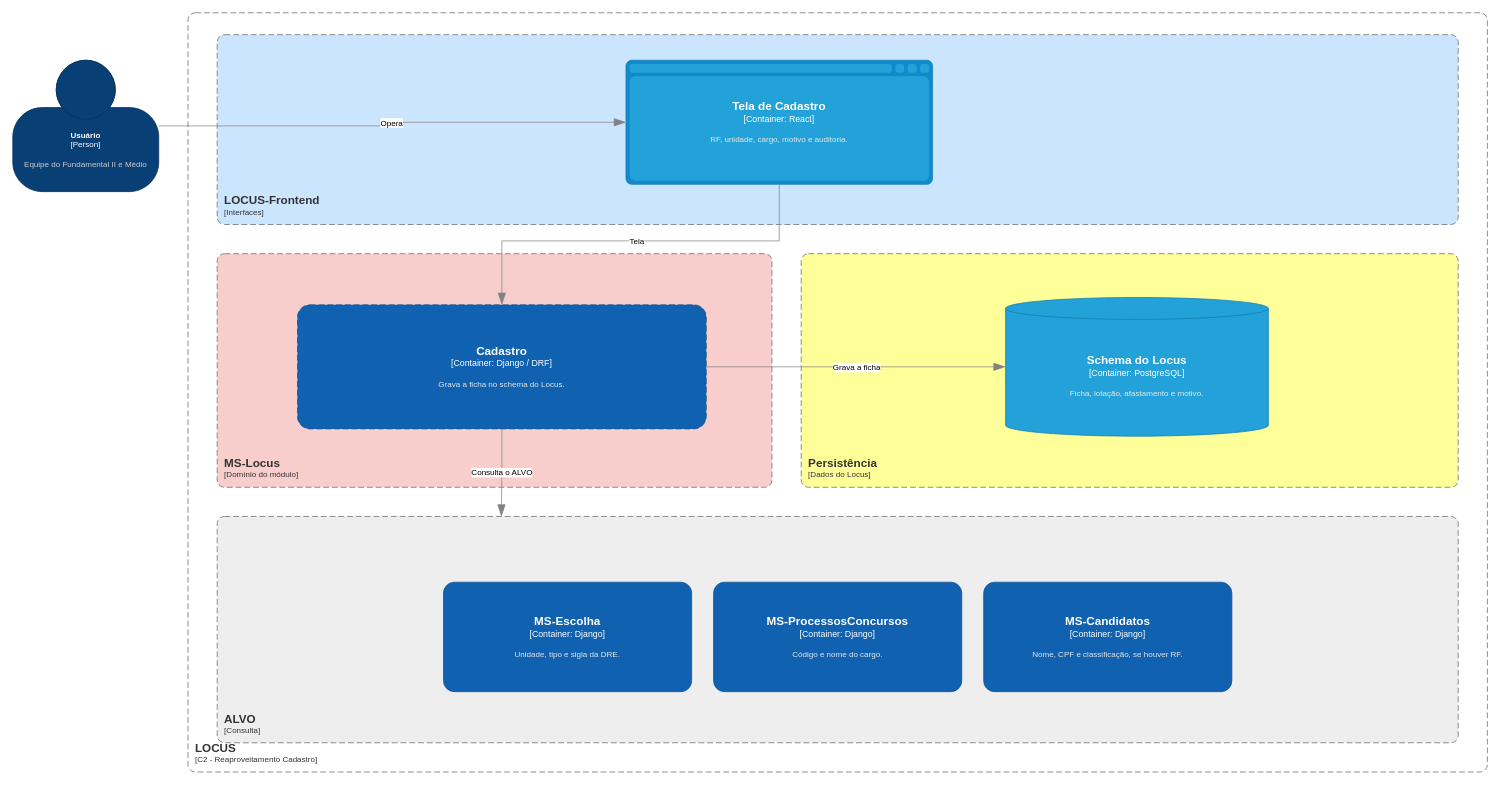
The draw.io diagram page "C2 - Reaproveitamento Cadastro" (10 of 15) of Locus/diagramas/assets/ARQUITETURA - LOCUS - C4.drawio in ronaldorobledo1902/SIGLA, before the edit. Source tidied: cells renumbered, new cells numbered last; positions are measured from the earlier drawing's top-left corner, leaving out a move shared by most shapes. Both pictures are drawn from the tidied source at 73%, with x=0, y=0 at pixel (12, 12).
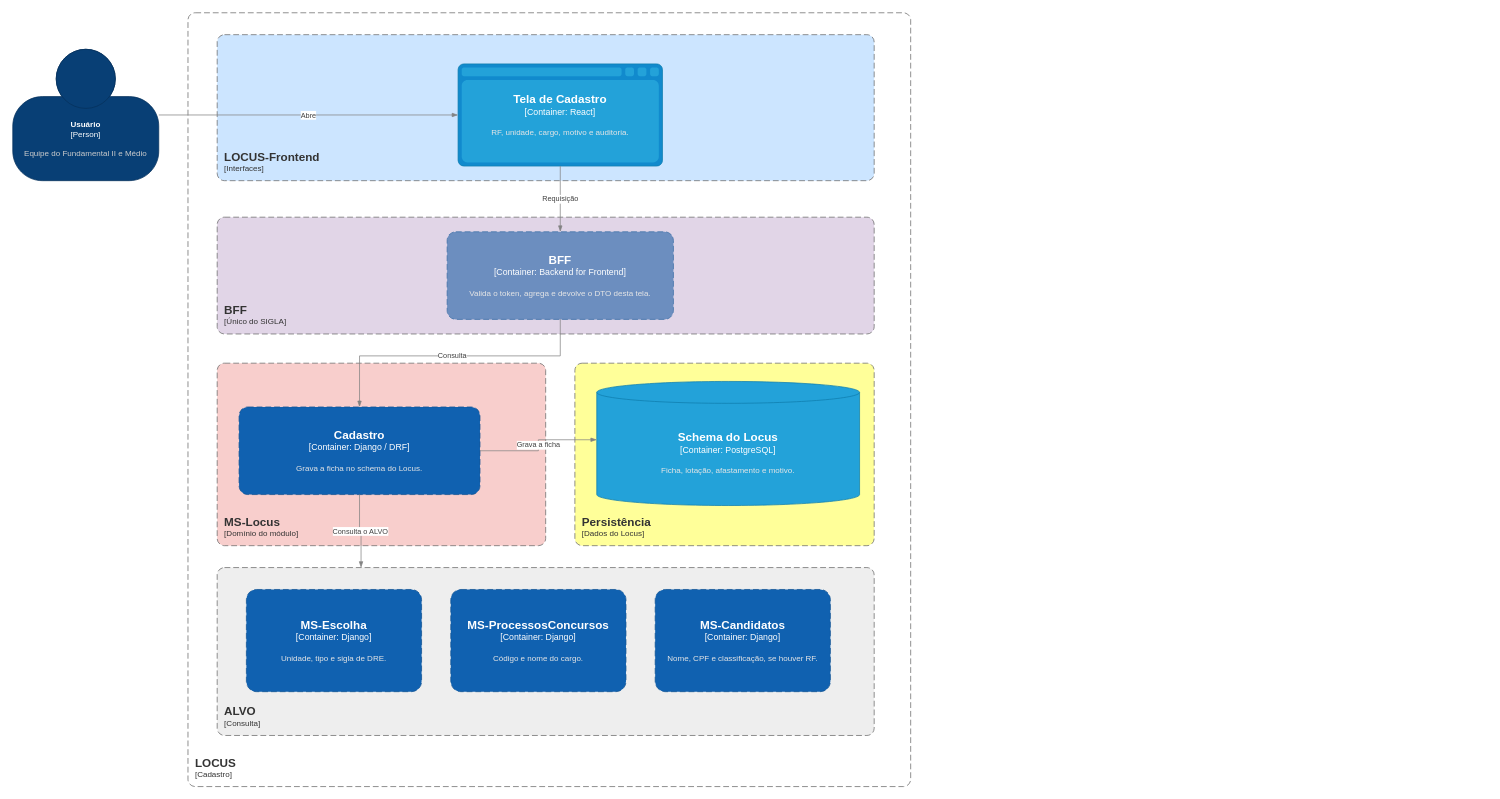
The same diagram, later.

Diff of the diagram source:
```diff
@@
     <mxCell id="2" value="&lt;b&gt;Usuário&lt;/b&gt;&lt;div&gt;[Person]&lt;/div&gt;&lt;br&gt;&lt;font color=&quot;#cccccc&quot;&gt;Equipe do Fundamental II e Médio&lt;/font&gt;" style="html=1;fontSize=11;dashed=0;whiteSpace=wrap;fillColor=#083F75;strokeColor=#06315C;fontColor=#ffffff;shape=mxgraph.c4.person2;align=center;" parent="1" vertex="1">
-      <mxGeometry y="65" width="200" height="180" as="geometry" />
+      <mxGeometry y="50" width="200" height="180" as="geometry" />
     </mxCell>
-    <object id="3" label="&lt;font style=&quot;font-size: 16px&quot;&gt;&lt;b&gt;&lt;div style=&quot;text-align: left&quot;&gt;%c4Name%&lt;/div&gt;&lt;/b&gt;&lt;/font&gt;&lt;div style=&quot;text-align: left&quot;&gt;[%c4Application%]&lt;/div&gt;" c4Application="C2 - Reaproveitamento Cadastro" c4Name="LOCUS" placeholders="1">
+    <object id="3" label="&lt;font style=&quot;font-size: 16px&quot;&gt;&lt;b&gt;&lt;div style=&quot;text-align: left&quot;&gt;%c4Name%&lt;/div&gt;&lt;/b&gt;&lt;/font&gt;&lt;div style=&quot;text-align: left&quot;&gt;[%c4Application%]&lt;/div&gt;" c4Application="Cadastro" c4Name="LOCUS" placeholders="1">
       <mxCell style="rounded=1;fontSize=11;whiteSpace=wrap;html=1;dashed=1;arcSize=20;strokeColor=#666666;fontColor=#333333;labelBackgroundColor=none;align=left;verticalAlign=bottom;labelBorderColor=none;spacingTop=0;spacing=10;dashPattern=8 4;perimeter=rectanglePerimeter;noLabel=0;labelPadding=0;absoluteArcSize=1;fillColor=none;" parent="1" vertex="1">
-        <mxGeometry x="240" width="1780" height="1040" as="geometry" />
+        <mxGeometry x="240" width="990" height="1060" as="geometry" />
       </mxCell>
     </object>
     <object id="4" label="&lt;font style=&quot;font-size: 16px&quot;&gt;&lt;b&gt;&lt;div style=&quot;text-align: left&quot;&gt;%c4Name%&lt;/div&gt;&lt;/b&gt;&lt;/font&gt;&lt;div style=&quot;text-align: left&quot;&gt;[%c4Application%]&lt;/div&gt;" c4Application="Interfaces" c4Name="LOCUS-Frontend" placeholders="1">
       <mxCell style="rounded=1;fontSize=11;whiteSpace=wrap;html=1;dashed=1;arcSize=20;strokeColor=#666666;fontColor=#333333;labelBackgroundColor=none;align=left;verticalAlign=bottom;labelBorderColor=none;spacingTop=0;spacing=10;dashPattern=8 4;perimeter=rectanglePerimeter;noLabel=0;labelPadding=0;absoluteArcSize=1;fillColor=#CCE5FF;" parent="1" vertex="1">
-        <mxGeometry x="280" y="30" width="1700" height="260" as="geometry" />
+        <mxGeometry x="280" y="30" width="900" height="200" as="geometry" />
       </mxCell>
     </object>
     <object id="5" label="&lt;font style=&quot;font-size: 16px&quot;&gt;&lt;b&gt;%c4Name%&lt;/b&gt;&lt;/font&gt;&lt;div&gt;[%c4Type%:&amp;nbsp;%c4Technology%]&lt;/div&gt;&lt;br&gt;&lt;div&gt;&lt;font style=&quot;font-size: 11px&quot;&gt;&lt;font color=&quot;#E6E6E6&quot;&gt;%c4Description%&lt;/font&gt;&lt;/div&gt;" c4Description="RF, unidade, cargo, motivo e auditoria." c4Name="Tela de Cadastro" c4Technology="React" c4Type="Container" placeholders="1">
       <mxCell style="shape=mxgraph.c4.webBrowserContainer2;whiteSpace=wrap;html=1;boundedLbl=1;rounded=0;labelBackgroundColor=none;fillColor=#23A2D9;strokeColor=#118ACD;strokeColor2=#0E7DAD;fontSize=12;fontColor=#ffffff;align=center;points=[[0.5,0,0],[1,0.25,0],[1,0.5,0],[1,0.75,0],[0.5,1,0],[0,0.75,0],[0,0.5,0],[0,0.25,0]];" parent="1" vertex="1">
-        <mxGeometry x="840" y="65" width="420" height="170" as="geometry" />
+        <mxGeometry x="610" y="70" width="280" height="140" as="geometry" />
       </mxCell>
     </object>
+    <object id="22" label="&lt;font style=&quot;font-size: 16px&quot;&gt;&lt;b&gt;&lt;div style=&quot;text-align: left&quot;&gt;%c4Name%&lt;/div&gt;&lt;/b&gt;&lt;/font&gt;&lt;div style=&quot;text-align: left&quot;&gt;[%c4Application%]&lt;/div&gt;" c4Application="Único do SIGLA" c4Name="BFF" placeholders="1">
+      <mxCell style="rounded=1;fontSize=11;whiteSpace=wrap;html=1;dashed=1;arcSize=20;strokeColor=#666666;fontColor=#333333;labelBackgroundColor=none;align=left;verticalAlign=bottom;labelBorderColor=none;spacingTop=0;spacing=10;dashPattern=8 4;perimeter=rectanglePerimeter;noLabel=0;labelPadding=0;absoluteArcSize=1;fillColor=#E1D5E7;" parent="1" vertex="1">
+        <mxGeometry x="280" y="280" width="900" height="160" as="geometry" />
+      </mxCell>
+    </object>
+    <object id="23" label="&lt;font style=&quot;font-size: 16px&quot;&gt;&lt;b&gt;%c4Name%&lt;/b&gt;&lt;/font&gt;&lt;div&gt;[%c4Type%:&amp;nbsp;%c4Technology%]&lt;/div&gt;&lt;br&gt;&lt;div&gt;&lt;font style=&quot;font-size: 11px&quot;&gt;&lt;font color=&quot;#E6E6E6&quot;&gt;%c4Description%&lt;/font&gt;&lt;/div&gt;" c4Description="Valida o token, agrega e devolve o DTO desta tela." c4Name="BFF" c4Technology="Backend for Frontend" c4Type="Container" placeholders="1">
+      <mxCell style="rounded=1;whiteSpace=wrap;html=1;fontSize=12;labelBackgroundColor=none;fillColor=#6C8EBF;fontColor=#ffffff;align=center;arcSize=10;strokeColor=#3A6EA5;points=[[0.25,0,0],[0.5,0,0],[0.75,0,0],[1,0.25,0],[1,0.5,0],[1,0.75,0],[0.75,1,0],[0.5,1,0],[0.25,1,0],[0,0.75,0],[0,0.5,0],[0,0.25,0]];dashed=1;dashPattern=8 4;" parent="1" vertex="1">
+        <mxGeometry x="595" y="300" width="310" height="120" as="geometry" />
+      </mxCell>
+    </object>
     <object id="6" label="&lt;font style=&quot;font-size: 16px&quot;&gt;&lt;b&gt;&lt;div style=&quot;text-align: left&quot;&gt;%c4Name%&lt;/div&gt;&lt;/b&gt;&lt;/font&gt;&lt;div style=&quot;text-align: left&quot;&gt;[%c4Application%]&lt;/div&gt;" c4Application="Domínio do módulo" c4Name="MS-Locus" placeholders="1">
       <mxCell style="rounded=1;fontSize=11;whiteSpace=wrap;html=1;dashed=1;arcSize=20;strokeColor=#666666;fontColor=#333333;labelBackgroundColor=none;align=left;verticalAlign=bottom;labelBorderColor=none;spacingTop=0;spacing=10;dashPattern=8 4;perimeter=rectanglePerimeter;noLabel=0;labelPadding=0;absoluteArcSize=1;fillColor=#F8CECC;" parent="1" vertex="1">
-        <mxGeometry x="280" y="330" width="760" height="320" as="geometry" />
+        <mxGeometry x="280" y="480" width="450" height="250" as="geometry" />
       </mxCell>
     </object>
     <object id="7" label="&lt;font style=&quot;font-size: 16px&quot;&gt;&lt;b&gt;%c4Name%&lt;/b&gt;&lt;/font&gt;&lt;div&gt;[%c4Type%:&amp;nbsp;%c4Technology%]&lt;/div&gt;&lt;br&gt;&lt;div&gt;&lt;font style=&quot;font-size: 11px&quot;&gt;&lt;font color=&quot;#E6E6E6&quot;&gt;%c4Description%&lt;/font&gt;&lt;/div&gt;" c4Description="Grava a ficha no schema do Locus." c4Name="Cadastro" c4Technology="Django / DRF" c4Type="Container" placeholders="1">
       <mxCell style="rounded=1;whiteSpace=wrap;html=1;fontSize=12;labelBackgroundColor=none;fillColor=#1061B0;fontColor=#ffffff;align=center;arcSize=10;strokeColor=#0D5091;points=[[0.25,0,0],[0.5,0,0],[0.75,0,0],[1,0.25,0],[1,0.5,0],[1,0.75,0],[0.75,1,0],[0.5,1,0],[0.25,1,0],[0,0.75,0],[0,0.5,0],[0,0.25,0]];dashed=1;dashPattern=8 4;" parent="1" vertex="1">
-        <mxGeometry x="390" y="400" width="560" height="170" as="geometry" />
+        <mxGeometry x="310" y="540" width="330" height="120" as="geometry" />
       </mxCell>
     </object>
     <object id="8" label="&lt;font style=&quot;font-size: 16px&quot;&gt;&lt;b&gt;&lt;div style=&quot;text-align: left&quot;&gt;%c4Name%&lt;/div&gt;&lt;/b&gt;&lt;/font&gt;&lt;div style=&quot;text-align: left&quot;&gt;[%c4Application%]&lt;/div&gt;" c4Application="Dados do Locus" c4Name="Persistência" placeholders="1">
       <mxCell style="rounded=1;fontSize=11;whiteSpace=wrap;html=1;dashed=1;arcSize=20;strokeColor=#666666;fontColor=#333333;labelBackgroundColor=none;align=left;verticalAlign=bottom;labelBorderColor=none;spacingTop=0;spacing=10;dashPattern=8 4;perimeter=rectanglePerimeter;noLabel=0;labelPadding=0;absoluteArcSize=1;fillColor=#FFFF99;" parent="1" vertex="1">
-        <mxGeometry x="1080" y="330" width="900" height="320" as="geometry" />
+        <mxGeometry x="770" y="480" width="410" height="250" as="geometry" />
       </mxCell>
     </object>
     <object id="9" label="&lt;font style=&quot;font-size: 16px&quot;&gt;&lt;b&gt;%c4Name%&lt;/b&gt;&lt;/font&gt;&lt;div&gt;[%c4Type%:&amp;nbsp;%c4Technology%]&lt;/div&gt;&lt;br&gt;&lt;div&gt;&lt;font style=&quot;font-size: 11px&quot;&gt;&lt;font color=&quot;#E6E6E6&quot;&gt;%c4Description%&lt;/font&gt;&lt;/div&gt;" c4Description="Ficha, lotação, afastamento e motivo." c4Name="Schema do Locus" c4Technology="PostgreSQL" c4Type="Container" placeholders="1">
       <mxCell style="shape=cylinder3;size=15;whiteSpace=wrap;html=1;boundedLbl=1;rounded=0;labelBackgroundColor=none;fillColor=#23A2D9;fontSize=12;fontColor=#ffffff;align=center;strokeColor=#0E7DAD;points=[[0.5,0,0],[1,0.25,0],[1,0.5,0],[1,0.75,0],[0.5,1,0],[0,0.75,0],[0,0.5,0],[0,0.25,0]];" parent="1" vertex="1">
-        <mxGeometry x="1360" y="390" width="360" height="190" as="geometry" />
+        <mxGeometry x="800" y="505" width="360" height="170" as="geometry" />
       </mxCell>
     </object>
     <object id="10" label="&lt;font style=&quot;font-size: 16px&quot;&gt;&lt;b&gt;&lt;div style=&quot;text-align: left&quot;&gt;%c4Name%&lt;/div&gt;&lt;/b&gt;&lt;/font&gt;&lt;div style=&quot;text-align: left&quot;&gt;[%c4Application%]&lt;/div&gt;" c4Application="Consulta" c4Name="ALVO" placeholders="1">
       <mxCell style="rounded=1;fontSize=11;whiteSpace=wrap;html=1;dashed=1;arcSize=20;strokeColor=#666666;fontColor=#333333;labelBackgroundColor=none;align=left;verticalAlign=bottom;labelBorderColor=none;spacingTop=0;spacing=10;dashPattern=8 4;perimeter=rectanglePerimeter;noLabel=0;labelPadding=0;absoluteArcSize=1;points=[[0.25,0,0],[0.5,0,0],[0.75,0,0],[1,0.25,0],[1,0.5,0],[1,0.75,0],[0.75,1,0],[0.5,1,0],[0.25,1,0],[0,0.75,0],[0,0.5,0],[0,0.25,0]];fillColor=#EEEEEE;" parent="1" vertex="1">
-        <mxGeometry x="280" y="690" width="1700" height="310" as="geometry" />
+        <mxGeometry x="280" y="760" width="900" height="230" as="geometry" />
       </mxCell>
     </object>
-    <object id="11" label="&lt;font style=&quot;font-size: 16px&quot;&gt;&lt;b&gt;%c4Name%&lt;/b&gt;&lt;/font&gt;&lt;div&gt;[%c4Type%:&amp;nbsp;%c4Technology%]&lt;/div&gt;&lt;br&gt;&lt;div&gt;&lt;font style=&quot;font-size: 11px&quot;&gt;&lt;font color=&quot;#E6E6E6&quot;&gt;%c4Description%&lt;/font&gt;&lt;/div&gt;" c4Description="Unidade, tipo e sigla da DRE." c4Name="MS-Escolha" c4Technology="Django" c4Type="Container" placeholders="1">
-      <mxCell style="rounded=1;whiteSpace=wrap;html=1;fontSize=12;labelBackgroundColor=none;fillColor=#1061B0;fontColor=#ffffff;align=center;arcSize=10;strokeColor=#0D5091;" parent="1" vertex="1">
-        <mxGeometry x="590" y="780" width="340" height="150" as="geometry" />
-      </mxCell>
-    </object>
+    <object id="24" label="&lt;font style=&quot;font-size: 16px&quot;&gt;&lt;b&gt;%c4Name%&lt;/b&gt;&lt;/font&gt;&lt;div&gt;[%c4Type%:&amp;nbsp;%c4Technology%]&lt;/div&gt;&lt;br&gt;&lt;div&gt;&lt;font style=&quot;font-size: 11px&quot;&gt;&lt;font color=&quot;#E6E6E6&quot;&gt;%c4Description%&lt;/font&gt;&lt;/div&gt;" c4Description="Unidade, tipo e sigla de DRE." c4Name="MS-Escolha" c4Technology="Django" c4Type="Container" placeholders="1">
+      <mxCell style="rounded=1;whiteSpace=wrap;html=1;fontSize=12;labelBackgroundColor=none;fillColor=#1061B0;fontColor=#ffffff;align=center;arcSize=10;strokeColor=#0D5091;dashed=1;dashPattern=8 4;" parent="1" vertex="1">
+        <mxGeometry x="320" y="790" width="240" height="140" as="geometry" />
+      </mxCell>
+    </object>
     <object id="12" label="&lt;font style=&quot;font-size: 16px&quot;&gt;&lt;b&gt;%c4Name%&lt;/b&gt;&lt;/font&gt;&lt;div&gt;[%c4Type%:&amp;nbsp;%c4Technology%]&lt;/div&gt;&lt;br&gt;&lt;div&gt;&lt;font style=&quot;font-size: 11px&quot;&gt;&lt;font color=&quot;#E6E6E6&quot;&gt;%c4Description%&lt;/font&gt;&lt;/div&gt;" c4Description="Código e nome do cargo." c4Name="MS-ProcessosConcursos" c4Technology="Django" c4Type="Container" placeholders="1">
-      <mxCell style="rounded=1;whiteSpace=wrap;html=1;fontSize=12;labelBackgroundColor=none;fillColor=#1061B0;fontColor=#ffffff;align=center;arcSize=10;strokeColor=#0D5091;" parent="1" vertex="1">
-        <mxGeometry x="960" y="780" width="340" height="150" as="geometry" />
+      <mxCell style="rounded=1;whiteSpace=wrap;html=1;fontSize=12;labelBackgroundColor=none;fillColor=#1061B0;fontColor=#ffffff;align=center;arcSize=10;strokeColor=#0D5091;dashed=1;dashPattern=8 4;" parent="1" vertex="1">
+        <mxGeometry x="600" y="790" width="240" height="140" as="geometry" />
       </mxCell>
     </object>
     <object id="13" label="&lt;font style=&quot;font-size: 16px&quot;&gt;&lt;b&gt;%c4Name%&lt;/b&gt;&lt;/font&gt;&lt;div&gt;[%c4Type%:&amp;nbsp;%c4Technology%]&lt;/div&gt;&lt;br&gt;&lt;div&gt;&lt;font style=&quot;font-size: 11px&quot;&gt;&lt;font color=&quot;#E6E6E6&quot;&gt;%c4Description%&lt;/font&gt;&lt;/div&gt;" c4Description="Nome, CPF e classificação, se houver RF." c4Name="MS-Candidatos" c4Technology="Django" c4Type="Container" placeholders="1">
-      <mxCell style="rounded=1;whiteSpace=wrap;html=1;fontSize=12;labelBackgroundColor=none;fillColor=#1061B0;fontColor=#ffffff;align=center;arcSize=10;strokeColor=#0D5091;" parent="1" vertex="1">
-        <mxGeometry x="1330" y="780" width="340" height="150" as="geometry" />
+      <mxCell style="rounded=1;whiteSpace=wrap;html=1;fontSize=12;labelBackgroundColor=none;fillColor=#1061B0;fontColor=#ffffff;align=center;arcSize=10;strokeColor=#0D5091;dashed=1;dashPattern=8 4;" parent="1" vertex="1">
+        <mxGeometry x="880" y="790" width="240" height="140" as="geometry" />
       </mxCell>
     </object>
-    <mxCell id="14" style="endArrow=blockThin;html=1;fontSize=10;fontColor=#404040;strokeWidth=1;endFill=1;strokeColor=#828282;endSize=14;startSize=14;rounded=0;jettySize=auto;orthogonal=1;edgeStyle=orthogonalEdgeStyle;exitX=1;exitY=0.5;entryX=0;entryY=0.5;" parent="1" edge="1" source="2" target="5">
+    <mxCell id="14" value="Abre" style="endArrow=blockThin;html=1;fontSize=10;fontColor=#404040;strokeWidth=1;endFill=1;strokeColor=#828282;rounded=0;jettySize=auto;orthogonal=1;edgeStyle=orthogonalEdgeStyle;exitX=1;exitY=0.5;entryX=0;entryY=0.5;" parent="1" edge="1" source="2" target="5">
       <mxGeometry relative="1" as="geometry" />
     </mxCell>
-    <mxCell id="15" value="Opera" style="edgeLabel;html=1;align=center;verticalAlign=middle;labelBackgroundColor=#ffffff;" parent="14" vertex="1">
-      <mxGeometry relative="1" as="geometry" />
-    </mxCell>
-    <mxCell id="16" style="endArrow=blockThin;html=1;fontSize=10;fontColor=#404040;strokeWidth=1;endFill=1;strokeColor=#828282;endSize=14;startSize=14;rounded=0;jettySize=auto;orthogonal=1;edgeStyle=orthogonalEdgeStyle;exitX=0.5;exitY=1;entryX=0.5;entryY=0;" parent="1" edge="1" source="5" target="7">
-      <mxGeometry relative="1" as="geometry" />
-    </mxCell>
-    <mxCell id="17" value="Tela" style="edgeLabel;html=1;align=center;verticalAlign=middle;labelBackgroundColor=#ffffff;" parent="16" vertex="1">
-      <mxGeometry relative="1" as="geometry" />
-    </mxCell>
-    <mxCell id="18" style="endArrow=blockThin;html=1;fontSize=10;fontColor=#404040;strokeWidth=1;endFill=1;strokeColor=#828282;endSize=14;startSize=14;rounded=0;jettySize=auto;orthogonal=1;edgeStyle=orthogonalEdgeStyle;exitX=1;exitY=0.5;entryX=0;entryY=0.5;" parent="1" edge="1" source="7" target="9">
-      <mxGeometry relative="1" as="geometry" />
-    </mxCell>
+    <mxCell id="25" value="Requisição" style="endArrow=blockThin;html=1;fontSize=10;fontColor=#404040;strokeWidth=1;endFill=1;strokeColor=#828282;rounded=0;jettySize=auto;orthogonal=1;edgeStyle=orthogonalEdgeStyle;exitX=0.5;exitY=1;entryX=0.5;entryY=0;" parent="1" edge="1" source="5" target="23">
+      <mxGeometry relative="1" as="geometry" />
+    </mxCell>
+    <mxCell id="26" value="Consulta" style="endArrow=blockThin;html=1;fontSize=10;fontColor=#404040;strokeWidth=1;endFill=1;strokeColor=#828282;rounded=0;jettySize=auto;orthogonal=1;edgeStyle=orthogonalEdgeStyle;exitX=0.5;exitY=1;entryX=0.5;entryY=0;" parent="1" edge="1" source="23" target="7">
+      <mxGeometry relative="1" as="geometry">
+        <Array as="points">
+          <mxPoint x="750" y="470" />
+          <mxPoint x="475" y="470" />
+        </Array>
+      </mxGeometry>
+    </mxCell>
-    <mxCell id="19" value="Grava a ficha" style="edgeLabel;html=1;align=center;verticalAlign=middle;labelBackgroundColor=#ffffff;" parent="18" vertex="1">
+    <mxCell id="19" value="Grava a ficha" style="endArrow=blockThin;html=1;fontSize=10;fontColor=#404040;strokeWidth=1;endFill=1;strokeColor=#828282;rounded=0;jettySize=auto;orthogonal=1;edgeStyle=orthogonalEdgeStyle;exitX=1;exitY=0.5;entryX=0;entryY=0.47;" parent="1" edge="1" source="7" target="9">
       <mxGeometry relative="1" as="geometry" />
     </mxCell>
-    <mxCell id="20" style="endArrow=blockThin;html=1;fontSize=10;fontColor=#404040;strokeWidth=1;endFill=1;strokeColor=#828282;endSize=14;startSize=14;rounded=0;jettySize=auto;orthogonal=1;edgeStyle=orthogonalEdgeStyle;exitX=0.5;exitY=1;entryX=0.229;entryY=0;" parent="1" edge="1" source="7" target="10">
-      <mxGeometry relative="1" as="geometry" />
-    </mxCell>
-    <mxCell id="21" value="Consulta o ALVO" style="edgeLabel;html=1;align=center;verticalAlign=middle;labelBackgroundColor=#ffffff;" parent="20" vertex="1">
+    <mxCell id="21" value="Consulta o ALVO" style="endArrow=blockThin;html=1;fontSize=10;fontColor=#404040;strokeWidth=1;endFill=1;strokeColor=#828282;rounded=0;jettySize=auto;orthogonal=1;edgeStyle=orthogonalEdgeStyle;exitX=0.5;exitY=1;entryX=0.219;entryY=0;" parent="1" edge="1" source="7" target="10">
       <mxGeometry relative="1" as="geometry" />
     </mxCell>
```
